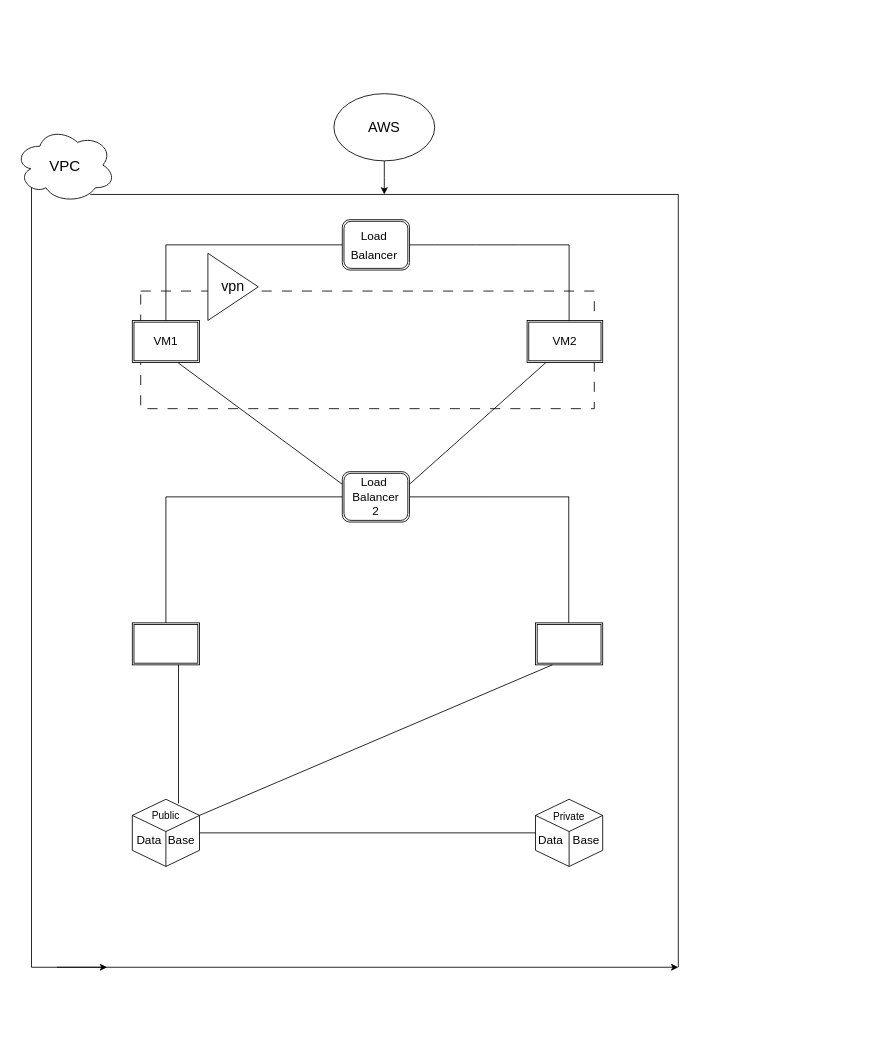
The draw.io diagram Untitled Diagram.drawio in av7373/aws-elastic-beanstalk-express-js-sample, before the edit. Source tidied: cells renumbered, new cells numbered last; positions are measured from the earlier drawing's top-left corner, leaving out a move shared by most shapes. Both pictures are drawn from the tidied source at 84%, with x=0, y=0 at pixel (14, 93).
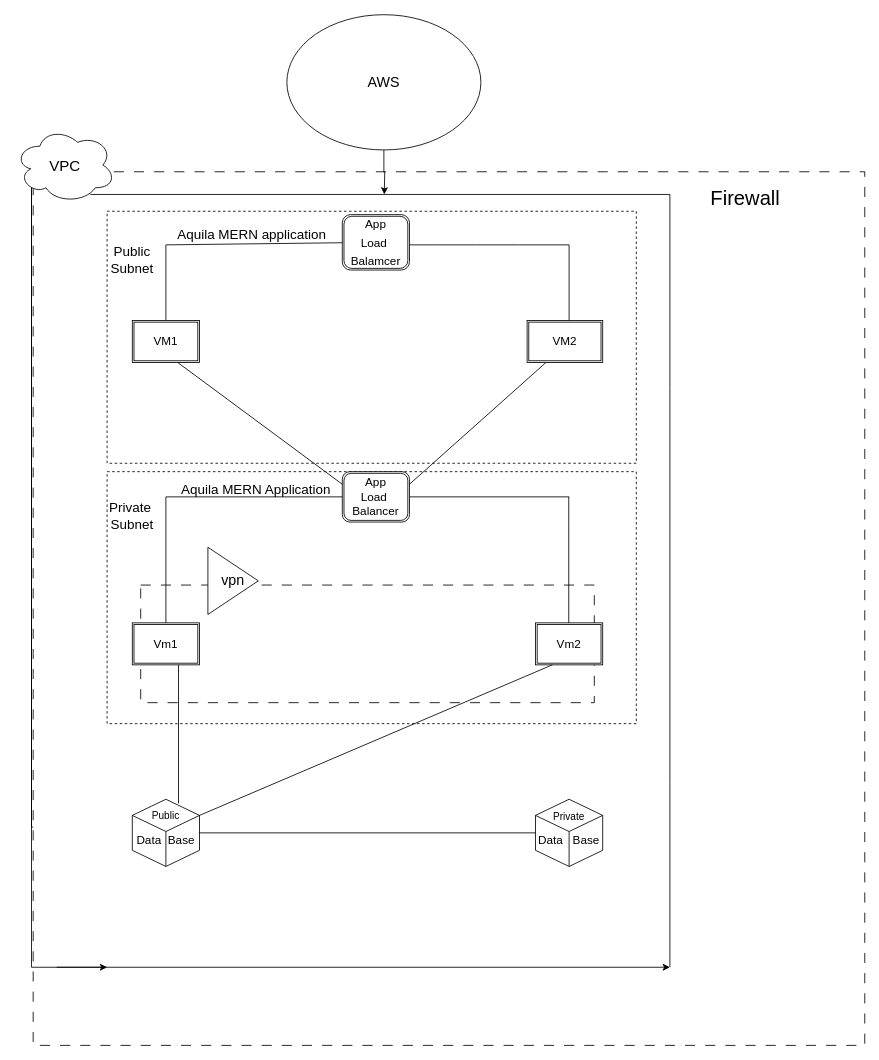
After the change.

Unchanged cells that the change refers to:
```xml
<mxCell id="8" value="&lt;font style=&quot;font-size: 18px;&quot;&gt;&lt;br&gt;VPC&lt;/font&gt;" style="text;html=1;strokeColor=none;fillColor=none;align=center;verticalAlign=middle;whiteSpace=wrap;rounded=0;" parent="1" vertex="1">
  <mxGeometry x="25" y="35" width="70" height="80" as="geometry" />
</mxCell>
<mxCell id="16" value="VM2" style="shape=ext;double=1;rounded=0;whiteSpace=wrap;html=1;fontSize=14;" parent="1" vertex="1">
  <mxGeometry x="610" y="270" width="90" height="50" as="geometry" />
</mxCell>
```

The edit, as a diff of the source:
```diff
@@
+    <mxCell id="34" style="rounded=0;whiteSpace=wrap;html=1;dashed=1;dashPattern=12 12;fontSize=12;" parent="1" vertex="1">
+      <mxGeometry x="22" y="93" width="990" height="1040" as="geometry" />
+    </mxCell>
+    <mxCell id="35" style="rounded=0;whiteSpace=wrap;html=1;fontSize=12;dashed=1;dashPattern=12 12;" parent="1" vertex="1">
+      <mxGeometry x="160" y="540" width="530" height="180" as="geometry" />
+    </mxCell>
+    <mxCell id="36" style="rounded=0;whiteSpace=wrap;html=1;fontSize=12;" parent="1" vertex="1">
+      <mxGeometry x="150" y="540" width="530" height="170" as="geometry" />
+    </mxCell>
+    <mxCell id="37" style="rounded=0;whiteSpace=wrap;html=1;fontSize=12;dashed=1;" parent="1" vertex="1">
+      <mxGeometry x="110" y="450" width="630" height="300" as="geometry" />
+    </mxCell>
+    <mxCell id="38" style="rounded=0;whiteSpace=wrap;html=1;fontSize=12;dashed=1;" parent="1" vertex="1">
+      <mxGeometry x="110" y="140" width="630" height="300" as="geometry" />
+    </mxCell>
     <mxCell id="2" style="rounded=0;whiteSpace=wrap;html=1;fontSize=17;dashed=1;dashPattern=12 12;" parent="1" vertex="1">
-      <mxGeometry x="150" y="235" width="540" height="140" as="geometry" />
+      <mxGeometry x="150" y="585" width="540" height="140" as="geometry" />
     </mxCell>
-    <mxCell id="3" style="edgeStyle=orthogonalEdgeStyle;rounded=0;jettySize=auto;html=1;exitX=0;exitY=0.75;exitDx=0;exitDy=0;" parent="1" edge="1" source="8">
+    <mxCell id="3" style="edgeStyle=orthogonalEdgeStyle;rounded=0;jettySize=auto;html=1;exitX=0;exitY=0.75;exitDx=0;exitDy=0;startArrow=none;" parent="1" edge="1" source="34">
       <mxGeometry relative="1" as="geometry">
         <mxPoint x="110" y="1040" as="targetPoint" />
         <Array as="points">
           <mxPoint x="20" y="95" />
           <mxPoint x="20" y="1040" />
           <mxPoint x="50" y="1040" />
         </Array>
       </mxGeometry>
     </mxCell>
@@
     <mxCell id="5" style="edgeStyle=none;orthogonalLoop=1;jettySize=auto;html=1;rounded=0;" parent="1" edge="1">
       <mxGeometry relative="1" as="geometry">
         <mxPoint x="50" y="1040" as="sourcePoint" />
-        <mxPoint x="790" y="1040" as="targetPoint" />
+        <mxPoint x="780" y="1040" as="targetPoint" />
       </mxGeometry>
     </mxCell>
     <mxCell id="6" style="endArrow=none;html=1;rounded=0;" parent="1" edge="1">
       <mxGeometry relative="1" as="geometry">
-        <mxPoint x="790" y="1040" as="sourcePoint" />
-        <mxPoint x="790" y="120" as="targetPoint" />
+        <mxPoint x="780" y="1040" as="sourcePoint" />
+        <mxPoint x="780" y="120" as="targetPoint" />
+        <Array as="points">
+          <mxPoint x="780" y="820" />
+          <mxPoint x="780" y="580" />
+          <mxPoint x="780" y="350" />
+        </Array>
       </mxGeometry>
     </mxCell>
     <mxCell id="7" style="endArrow=none;html=1;rounded=0;" parent="1" edge="1">
       <mxGeometry relative="1" as="geometry">
         <mxPoint x="90" y="120" as="sourcePoint" />
-        <mxPoint x="790" y="120" as="targetPoint" />
+        <mxPoint x="780" y="120" as="targetPoint" />
       </mxGeometry>
     </mxCell>
@@
     <mxCell id="10" value="&lt;span style=&quot;font-size: 17px;&quot;&gt;AWS&lt;/span&gt;" style="ellipse;whiteSpace=wrap;html=1;fontSize=18;" parent="1" vertex="1">
-      <mxGeometry x="380" width="120" height="80" as="geometry" />
+      <mxGeometry x="324" y="-94" width="231" height="161" as="geometry" />
     </mxCell>
-    <mxCell id="11" style="endArrow=none;html=1;rounded=0;fontSize=18;startArrow=none;" parent="1" edge="1" source="13">
+    <mxCell id="11" style="endArrow=none;html=1;rounded=0;fontSize=18;startArrow=none;" parent="1" edge="1">
       <mxGeometry relative="1" as="geometry">
+        <mxPoint x="453" y="180" as="sourcePoint" />
         <mxPoint x="660" y="280" as="targetPoint" />
         <Array as="points">
           <mxPoint x="440" y="170" />
           <mxPoint x="470" y="180" />
           <mxPoint x="500" y="180" />
           <mxPoint x="550" y="180" />
           <mxPoint x="600" y="180" />
           <mxPoint x="660" y="180" />
         </Array>
       </mxGeometry>
     </mxCell>
@@
-    <mxCell id="13" value="&lt;span style=&quot;font-size: 14px;&quot;&gt;Load&amp;nbsp;&lt;br&gt;Balancer&amp;nbsp;&lt;br&gt;&lt;/span&gt;" style="shape=ext;double=1;rounded=1;whiteSpace=wrap;html=1;fontSize=18;" parent="1" vertex="1">
-      <mxGeometry x="390" y="150" width="80" height="60" as="geometry" />
+    <mxCell id="13" value="&lt;span style=&quot;font-size: 14px;&quot;&gt;App&lt;br&gt;Load&amp;nbsp;&lt;br&gt;Balamcer&lt;br&gt;&lt;/span&gt;" style="shape=ext;double=1;rounded=1;whiteSpace=wrap;html=1;fontSize=18;" parent="1" vertex="1">
+      <mxGeometry x="390" y="144" width="80" height="66" as="geometry" />
     </mxCell>
@@
-    <mxCell id="15" style="edgeStyle=orthogonalEdgeStyle;rounded=0;jettySize=auto;html=1;exitX=1;exitY=0.75;exitDx=0;exitDy=0;entryX=1.009;entryY=0.62;entryDx=0;entryDy=0;entryPerimeter=0;fontSize=17;" parent="1" edge="1" source="16" target="2">
-      <mxGeometry relative="1" as="geometry" />
-    </mxCell>
@@
-    <mxCell id="17" value="Load&amp;nbsp;&lt;br&gt;&amp;nbsp;Balancer&amp;nbsp; 2" style="shape=ext;double=1;rounded=1;whiteSpace=wrap;html=1;fontSize=14;" parent="1" vertex="1">
+    <mxCell id="17" value="App&lt;br&gt;Load&amp;nbsp;&lt;br&gt;Balancer" style="shape=ext;double=1;rounded=1;whiteSpace=wrap;html=1;fontSize=14;" parent="1" vertex="1">
       <mxGeometry x="390" y="450" width="80" height="60" as="geometry" />
     </mxCell>
@@
-    <mxCell id="19" style="shape=ext;double=1;rounded=0;whiteSpace=wrap;html=1;fontSize=14;" parent="1" vertex="1">
+    <mxCell id="19" value="Vm1" style="shape=ext;double=1;rounded=0;whiteSpace=wrap;html=1;fontSize=14;" parent="1" vertex="1">
       <mxGeometry x="140" y="630" width="80" height="50" as="geometry" />
     </mxCell>
-    <mxCell id="20" style="shape=ext;double=1;rounded=0;whiteSpace=wrap;html=1;fontSize=14;" parent="1" vertex="1">
+    <mxCell id="20" value="Vm2" style="shape=ext;double=1;rounded=0;whiteSpace=wrap;html=1;fontSize=14;" parent="1" vertex="1">
       <mxGeometry x="620" y="630" width="80" height="50" as="geometry" />
     </mxCell>
@@
     <mxCell id="27" value="vpn" style="triangle;whiteSpace=wrap;html=1;fontSize=17;" parent="1" vertex="1">
-      <mxGeometry x="230" y="190" width="60" height="80" as="geometry" />
+      <mxGeometry x="230" y="540" width="60" height="80" as="geometry" />
     </mxCell>
@@
+    <mxCell id="39" value="&lt;font style=&quot;font-size: 16px;&quot;&gt;Public Subnet&lt;/font&gt;" style="text;html=1;strokeColor=none;fillColor=none;align=center;verticalAlign=middle;whiteSpace=wrap;rounded=0;dashed=1;fontSize=12;" parent="1" vertex="1">
+      <mxGeometry x="110" y="160" width="60" height="75" as="geometry" />
+    </mxCell>
+    <mxCell id="40" value="&lt;font style=&quot;font-size: 16px;&quot;&gt;Private&amp;nbsp;&lt;br&gt;Subnet&lt;/font&gt;" style="text;html=1;strokeColor=none;fillColor=none;align=center;verticalAlign=middle;whiteSpace=wrap;rounded=0;dashed=1;fontSize=12;" parent="1" vertex="1">
+      <mxGeometry x="110" y="465" width="60" height="75" as="geometry" />
+    </mxCell>
+    <mxCell id="41" value="&lt;font style=&quot;font-size: 24px;&quot;&gt;Firewall&lt;/font&gt;" style="text;html=1;strokeColor=none;fillColor=none;align=center;verticalAlign=middle;whiteSpace=wrap;rounded=0;dashed=1;dashPattern=12 12;fontSize=12;" parent="1" vertex="1">
+      <mxGeometry x="820" y="70" width="100" height="110" as="geometry" />
+    </mxCell>
+    <mxCell id="42" value="Aquila MERN application" style="text;html=1;strokeColor=none;fillColor=none;align=center;verticalAlign=middle;whiteSpace=wrap;rounded=0;dashed=1;dashPattern=12 12;fontSize=16;" parent="1" vertex="1">
+      <mxGeometry x="185" y="152" width="195" height="30" as="geometry" />
+    </mxCell>
+    <mxCell id="43" value="Aquila MERN Application" style="text;html=1;strokeColor=none;fillColor=none;align=center;verticalAlign=middle;whiteSpace=wrap;rounded=0;dashed=1;dashPattern=12 12;fontSize=16;" parent="1" vertex="1">
+      <mxGeometry x="188" y="456" width="199" height="30" as="geometry" />
+    </mxCell>
```
